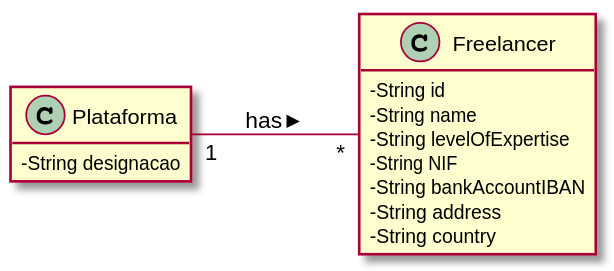
Above: LAPR2-2020-G010-Application/docs/usecases/UC1/UC01_MD.svg in LourencoMelo/ISEP-LAPR2 (PlantUML), before the change.
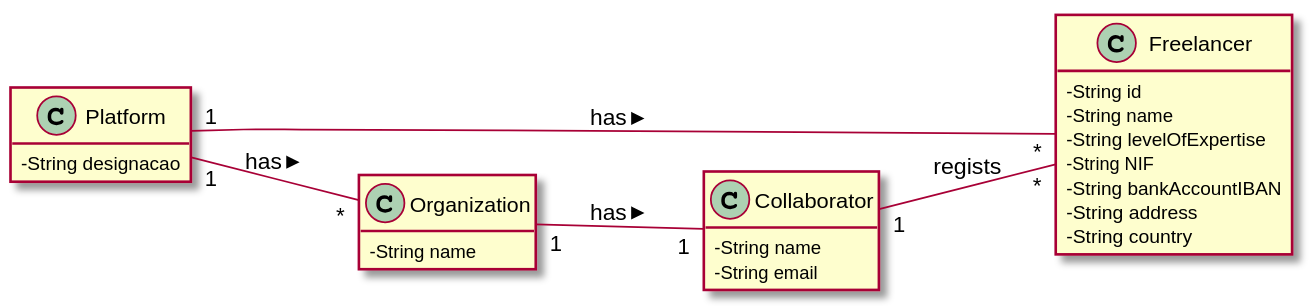
After the change.

Change to the diagram source:
```diff
@@ -3,11 +3,14 @@
 hide methods
 left to right direction
 
-class Plataforma {
+class Platform {
   -String designacao
 }
 
-
+class Collaborator{
+   -String name
+   -String email
+}
 class Freelancer {
   -String id
   -String name
@@ -18,9 +21,15 @@
   -String country
 }
 
+class Organization{
+  -String name
+}
 
-Plataforma "1" -- "*" Freelancer : has  >
 
+Platform "1" -- "*" Freelancer : has  >
+Platform "1" -- "*" Organization : has >
+Organization "1" -- "1" Collaborator : has >
+Collaborator "1" -- "*" Freelancer : regists
 
 
 
```
